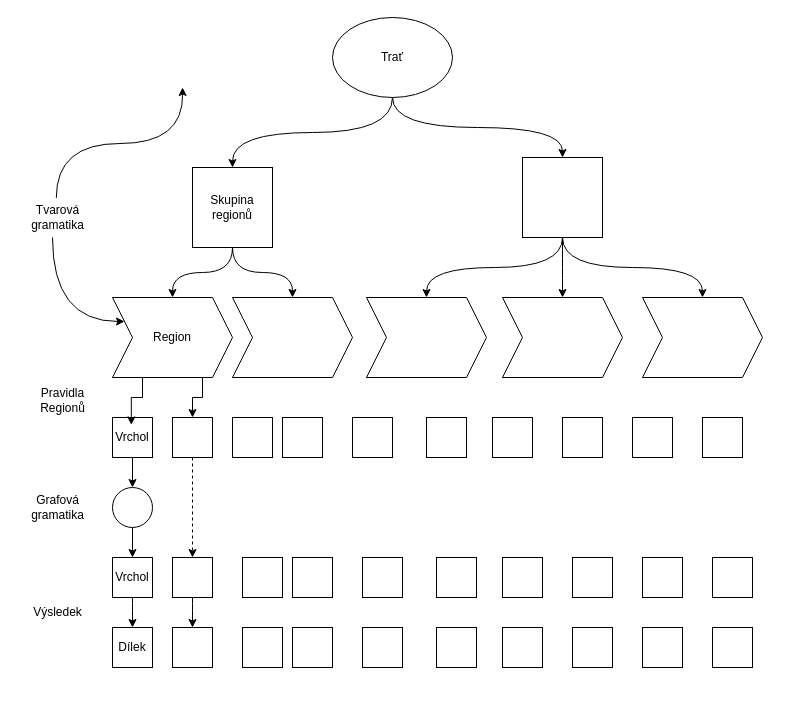
Simon-Sak/drawio-diagram-thesis keeps this draw.io diagram as ProjectOverview.drawio. Above is the earlier version. Source tidied: cells renumbered, new cells numbered last; positions are measured from the earlier drawing's top-left corner, leaving out a move shared by most shapes. Both pictures are drawn from the tidied source at 100%, with x=0, y=0 at pixel (17, 17).
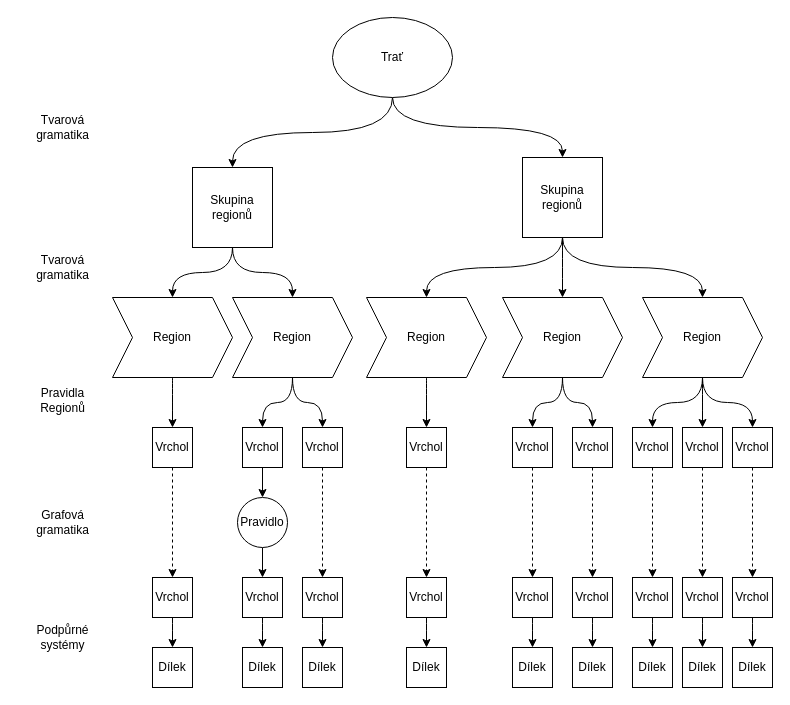
After the change.

Unchanged cells that the change refers to:
```xml
<mxCell id="14" value="Region" style="shape=step;perimeter=stepPerimeter;whiteSpace=wrap;html=1;fixedSize=1;" parent="1" vertex="1">
  <mxGeometry x="95" y="280" width="120" height="80" as="geometry" />
</mxCell>
```

What changed in the source:
```diff
@@
-    <mxCell id="11" style="whiteSpace=wrap;html=1;" parent="1" vertex="1">
+    <mxCell id="11" value="Skupina regionů" style="whiteSpace=wrap;html=1;" parent="1" vertex="1">
       <mxGeometry x="505" y="140" width="80" height="80" as="geometry" />
     </mxCell>
-    <mxCell id="12" style="edgeStyle=orthogonalEdgeStyle;rounded=0;jettySize=auto;html=1;exitX=0.75;exitY=1;exitDx=0;exitDy=0;entryX=0.5;entryY=0;entryDx=0;entryDy=0;" parent="1" edge="1" source="14" target="22">
-      <mxGeometry relative="1" as="geometry" />
-    </mxCell>
-    <mxCell id="13" style="edgeStyle=orthogonalEdgeStyle;curved=1;rounded=0;jettySize=auto;html=1;entryX=0;entryY=0.25;entryDx=0;entryDy=0;" parent="1" edge="1" source="48" target="14">
-      <mxGeometry relative="1" as="geometry">
-        <Array as="points">
-          <mxPoint x="35" y="304" />
-        </Array>
-      </mxGeometry>
-    </mxCell>
+    <mxCell id="61" style="edgeStyle=orthogonalEdgeStyle;curved=1;rounded=0;jettySize=auto;html=1;exitX=0.5;exitY=1;exitDx=0;exitDy=0;entryX=0.5;entryY=0;entryDx=0;entryDy=0;" parent="1" edge="1" source="14" target="71">
+      <mxGeometry relative="1" as="geometry" />
+    </mxCell>
@@
+    <mxCell id="62" style="edgeStyle=orthogonalEdgeStyle;curved=1;rounded=0;jettySize=auto;html=1;exitX=0.5;exitY=1;exitDx=0;exitDy=0;" parent="1" edge="1" source="15" target="20">
+      <mxGeometry relative="1" as="geometry" />
+    </mxCell>
+    <mxCell id="63" style="edgeStyle=orthogonalEdgeStyle;curved=1;rounded=0;jettySize=auto;html=1;exitX=0.5;exitY=1;exitDx=0;exitDy=0;" parent="1" edge="1" source="15" target="22">
+      <mxGeometry relative="1" as="geometry" />
+    </mxCell>
-    <mxCell id="15" style="shape=step;perimeter=stepPerimeter;whiteSpace=wrap;html=1;fixedSize=1;" parent="1" vertex="1">
+    <mxCell id="15" value="Region" style="shape=step;perimeter=stepPerimeter;whiteSpace=wrap;html=1;fixedSize=1;" parent="1" vertex="1">
       <mxGeometry x="215" y="280" width="120" height="80" as="geometry" />
     </mxCell>
+    <mxCell id="64" style="edgeStyle=orthogonalEdgeStyle;curved=1;rounded=0;jettySize=auto;html=1;exitX=0.5;exitY=1;exitDx=0;exitDy=0;" parent="1" edge="1" source="16" target="76">
+      <mxGeometry relative="1" as="geometry" />
+    </mxCell>
-    <mxCell id="16" style="shape=step;perimeter=stepPerimeter;whiteSpace=wrap;html=1;fixedSize=1;" parent="1" vertex="1">
+    <mxCell id="16" value="Region" style="shape=step;perimeter=stepPerimeter;whiteSpace=wrap;html=1;fixedSize=1;" parent="1" vertex="1">
       <mxGeometry x="349" y="280" width="120" height="80" as="geometry" />
     </mxCell>
+    <mxCell id="65" style="edgeStyle=orthogonalEdgeStyle;curved=1;rounded=0;jettySize=auto;html=1;exitX=0.5;exitY=1;exitDx=0;exitDy=0;entryX=0.5;entryY=0;entryDx=0;entryDy=0;" parent="1" edge="1" source="17" target="86">
+      <mxGeometry relative="1" as="geometry" />
+    </mxCell>
+    <mxCell id="66" style="edgeStyle=orthogonalEdgeStyle;curved=1;rounded=0;jettySize=auto;html=1;exitX=0.5;exitY=1;exitDx=0;exitDy=0;" parent="1" edge="1" source="17" target="81">
+      <mxGeometry relative="1" as="geometry" />
+    </mxCell>
-    <mxCell id="17" style="shape=step;perimeter=stepPerimeter;whiteSpace=wrap;html=1;fixedSize=1;" parent="1" vertex="1">
+    <mxCell id="17" value="Region" style="shape=step;perimeter=stepPerimeter;whiteSpace=wrap;html=1;fixedSize=1;" parent="1" vertex="1">
       <mxGeometry x="485" y="280" width="120" height="80" as="geometry" />
     </mxCell>
+    <mxCell id="67" style="edgeStyle=orthogonalEdgeStyle;curved=1;rounded=0;jettySize=auto;html=1;exitX=0.5;exitY=1;exitDx=0;exitDy=0;entryX=0.5;entryY=0;entryDx=0;entryDy=0;" parent="1" edge="1" source="18" target="91">
+      <mxGeometry relative="1" as="geometry" />
+    </mxCell>
+    <mxCell id="68" style="edgeStyle=orthogonalEdgeStyle;curved=1;rounded=0;jettySize=auto;html=1;exitX=0.5;exitY=1;exitDx=0;exitDy=0;" parent="1" edge="1" source="18" target="96">
+      <mxGeometry relative="1" as="geometry" />
+    </mxCell>
+    <mxCell id="69" style="edgeStyle=orthogonalEdgeStyle;curved=1;rounded=0;jettySize=auto;html=1;exitX=0.5;exitY=1;exitDx=0;exitDy=0;" parent="1" edge="1" source="18" target="101">
+      <mxGeometry relative="1" as="geometry" />
+    </mxCell>
-    <mxCell id="18" style="shape=step;perimeter=stepPerimeter;whiteSpace=wrap;html=1;fixedSize=1;" parent="1" vertex="1">
+    <mxCell id="18" value="Region" style="shape=step;perimeter=stepPerimeter;whiteSpace=wrap;html=1;fixedSize=1;" parent="1" vertex="1">
       <mxGeometry x="625" y="280" width="120" height="80" as="geometry" />
     </mxCell>
@@
     <mxCell id="20" value="Vrchol" style="whiteSpace=wrap;html=1;" parent="1" vertex="1">
-      <mxGeometry x="95" y="400" width="40" height="40" as="geometry" />
+      <mxGeometry x="225" y="410" width="40" height="40" as="geometry" />
     </mxCell>
@@
-    <mxCell id="22" style="whiteSpace=wrap;html=1;" parent="1" vertex="1">
-      <mxGeometry x="155" y="400" width="40" height="40" as="geometry" />
+    <mxCell id="22" value="Vrchol" style="whiteSpace=wrap;html=1;" parent="1" vertex="1">
+      <mxGeometry x="285" y="410" width="40" height="40" as="geometry" />
     </mxCell>
-    <mxCell id="23" style="whiteSpace=wrap;html=1;" parent="1" vertex="1">
-      <mxGeometry x="215" y="400" width="40" height="40" as="geometry" />
-    </mxCell>
-    <mxCell id="24" style="whiteSpace=wrap;html=1;" parent="1" vertex="1">
-      <mxGeometry x="265" y="400" width="40" height="40" as="geometry" />
-    </mxCell>
-    <mxCell id="25" style="whiteSpace=wrap;html=1;" parent="1" vertex="1">
-      <mxGeometry x="335" y="400" width="40" height="40" as="geometry" />
-    </mxCell>
-    <mxCell id="26" style="whiteSpace=wrap;html=1;" parent="1" vertex="1">
-      <mxGeometry x="409" y="400" width="40" height="40" as="geometry" />
-    </mxCell>
-    <mxCell id="27" style="whiteSpace=wrap;html=1;" parent="1" vertex="1">
-      <mxGeometry x="475" y="400" width="40" height="40" as="geometry" />
-    </mxCell>
-    <mxCell id="28" style="whiteSpace=wrap;html=1;" parent="1" vertex="1">
-      <mxGeometry x="545" y="400" width="40" height="40" as="geometry" />
-    </mxCell>
-    <mxCell id="29" style="whiteSpace=wrap;html=1;" parent="1" vertex="1">
-      <mxGeometry x="615" y="400" width="40" height="40" as="geometry" />
-    </mxCell>
-    <mxCell id="30" style="whiteSpace=wrap;html=1;" parent="1" vertex="1">
-      <mxGeometry x="685" y="400" width="40" height="40" as="geometry" />
-    </mxCell>
-    <mxCell id="31" style="edgeStyle=orthogonalEdgeStyle;rounded=0;jettySize=auto;html=1;exitX=0.25;exitY=1;exitDx=0;exitDy=0;entryX=0.47;entryY=0.185;entryDx=0;entryDy=0;entryPerimeter=0;" parent="1" edge="1" source="14" target="20">
-      <mxGeometry relative="1" as="geometry" />
-    </mxCell>
@@
     <mxCell id="33" value="Vrchol" style="whiteSpace=wrap;html=1;" parent="1" vertex="1">
-      <mxGeometry x="95" y="540" width="40" height="40" as="geometry" />
+      <mxGeometry x="225" y="560" width="40" height="40" as="geometry" />
     </mxCell>
@@
-    <mxCell id="35" style="whiteSpace=wrap;html=1;" parent="1" vertex="1">
-      <mxGeometry x="155" y="540" width="40" height="40" as="geometry" />
+    <mxCell id="35" value="Vrchol" style="whiteSpace=wrap;html=1;" parent="1" vertex="1">
+      <mxGeometry x="285" y="560" width="40" height="40" as="geometry" />
     </mxCell>
@@
-    <mxCell id="37" style="ellipse;whiteSpace=wrap;html=1;" parent="1" vertex="1">
-      <mxGeometry x="95" y="470" width="40" height="40" as="geometry" />
+    <mxCell id="37" value="Pravidlo" style="ellipse;whiteSpace=wrap;html=1;" parent="1" vertex="1">
+      <mxGeometry x="220" y="480" width="50" height="50" as="geometry" />
     </mxCell>
-    <mxCell id="38" style="whiteSpace=wrap;html=1;" parent="1" vertex="1">
-      <mxGeometry x="225" y="540" width="40" height="40" as="geometry" />
-    </mxCell>
-    <mxCell id="39" style="whiteSpace=wrap;html=1;" parent="1" vertex="1">
-      <mxGeometry x="275" y="540" width="40" height="40" as="geometry" />
-    </mxCell>
-    <mxCell id="40" style="whiteSpace=wrap;html=1;" parent="1" vertex="1">
-      <mxGeometry x="345" y="540" width="40" height="40" as="geometry" />
-    </mxCell>
-    <mxCell id="41" style="whiteSpace=wrap;html=1;" parent="1" vertex="1">
-      <mxGeometry x="419" y="540" width="40" height="40" as="geometry" />
-    </mxCell>
-    <mxCell id="42" style="whiteSpace=wrap;html=1;" parent="1" vertex="1">
-      <mxGeometry x="485" y="540" width="40" height="40" as="geometry" />
-    </mxCell>
-    <mxCell id="43" style="whiteSpace=wrap;html=1;" parent="1" vertex="1">
-      <mxGeometry x="555" y="540" width="40" height="40" as="geometry" />
-    </mxCell>
-    <mxCell id="44" style="whiteSpace=wrap;html=1;" parent="1" vertex="1">
-      <mxGeometry x="625" y="540" width="40" height="40" as="geometry" />
-    </mxCell>
-    <mxCell id="45" style="whiteSpace=wrap;html=1;" parent="1" vertex="1">
-      <mxGeometry x="695" y="540" width="40" height="40" as="geometry" />
-    </mxCell>
     <mxCell id="46" value="Grafová&lt;div&gt;gramatika&lt;/div&gt;" style="text;html=1;align=center;verticalAlign=middle;strokeColor=none;fillColor=none;" parent="1" vertex="1">
-      <mxGeometry y="470" width="80" height="40" as="geometry" />
+      <mxGeometry x="5" y="485" width="80" height="40" as="geometry" />
     </mxCell>
@@
     <mxCell id="48" value="Tvarová&lt;div&gt;gramatika&lt;/div&gt;" style="text;html=1;align=center;verticalAlign=middle;points=[];strokeColor=none;fillColor=none;" parent="1" vertex="1">
-      <mxGeometry y="180" width="80" height="40" as="geometry" />
+      <mxGeometry x="5" y="230" width="80" height="40" as="geometry" />
     </mxCell>
-    <mxCell id="49" style="edgeStyle=orthogonalEdgeStyle;curved=1;rounded=0;jettySize=auto;html=1;exitX=0.485;exitY=0.01;exitDx=0;exitDy=0;exitPerimeter=0;" parent="1" edge="1" source="48">
-      <mxGeometry relative="1" as="geometry">
-        <mxPoint x="165" y="70" as="targetPoint" />
-        <Array as="points">
-          <mxPoint x="39" y="126" />
-          <mxPoint x="166" y="126" />
-        </Array>
-      </mxGeometry>
-    </mxCell>
     <mxCell id="50" value="Dílek" style="whiteSpace=wrap;html=1;" parent="1" vertex="1">
-      <mxGeometry x="95" y="610" width="40" height="40" as="geometry" />
+      <mxGeometry x="225" y="630" width="40" height="40" as="geometry" />
     </mxCell>
-    <mxCell id="51" style="whiteSpace=wrap;html=1;" parent="1" vertex="1">
-      <mxGeometry x="155" y="610" width="40" height="40" as="geometry" />
+    <mxCell id="51" value="Dílek" style="whiteSpace=wrap;html=1;" parent="1" vertex="1">
+      <mxGeometry x="285" y="630" width="40" height="40" as="geometry" />
     </mxCell>
-    <mxCell id="52" style="whiteSpace=wrap;html=1;" parent="1" vertex="1">
-      <mxGeometry x="225" y="610" width="40" height="40" as="geometry" />
-    </mxCell>
-    <mxCell id="53" style="whiteSpace=wrap;html=1;" parent="1" vertex="1">
-      <mxGeometry x="275" y="610" width="40" height="40" as="geometry" />
-    </mxCell>
-    <mxCell id="54" style="whiteSpace=wrap;html=1;" parent="1" vertex="1">
-      <mxGeometry x="345" y="610" width="40" height="40" as="geometry" />
-    </mxCell>
-    <mxCell id="55" style="whiteSpace=wrap;html=1;" parent="1" vertex="1">
-      <mxGeometry x="419" y="610" width="40" height="40" as="geometry" />
-    </mxCell>
-    <mxCell id="56" style="whiteSpace=wrap;html=1;" parent="1" vertex="1">
-      <mxGeometry x="485" y="610" width="40" height="40" as="geometry" />
-    </mxCell>
-    <mxCell id="57" style="whiteSpace=wrap;html=1;" parent="1" vertex="1">
-      <mxGeometry x="555" y="610" width="40" height="40" as="geometry" />
-    </mxCell>
-    <mxCell id="58" style="whiteSpace=wrap;html=1;" parent="1" vertex="1">
-      <mxGeometry x="625" y="610" width="40" height="40" as="geometry" />
-    </mxCell>
-    <mxCell id="59" style="whiteSpace=wrap;html=1;" parent="1" vertex="1">
-      <mxGeometry x="695" y="610" width="40" height="40" as="geometry" />
-    </mxCell>
-    <mxCell id="60" value="Výsledek" style="text;html=1;align=center;verticalAlign=middle;strokeColor=none;fillColor=none;" parent="1" vertex="1">
-      <mxGeometry x="5" y="580" width="70" height="30" as="geometry" />
+    <mxCell id="60" value="Podpůrné&lt;div&gt;systémy&lt;/div&gt;" style="text;html=1;align=center;verticalAlign=middle;strokeColor=none;fillColor=none;" parent="1" vertex="1">
+      <mxGeometry x="5" y="600" width="80" height="40" as="geometry" />
     </mxCell>
+    <mxCell id="70" style="edgeStyle=orthogonalEdgeStyle;rounded=0;jettySize=auto;html=1;exitX=0.5;exitY=1;exitDx=0;exitDy=0;entryX=0.5;entryY=0;entryDx=0;entryDy=0;strokeColor=default;dashed=1;" parent="1" edge="1" source="71" target="73">
+      <mxGeometry relative="1" as="geometry" />
+    </mxCell>
+    <mxCell id="71" value="Vrchol" style="whiteSpace=wrap;html=1;" parent="1" vertex="1">
+      <mxGeometry x="135" y="410" width="40" height="40" as="geometry" />
+    </mxCell>
+    <mxCell id="72" style="edgeStyle=orthogonalEdgeStyle;curved=1;rounded=0;jettySize=auto;html=1;exitX=0.5;exitY=1;exitDx=0;exitDy=0;entryX=0.5;entryY=0;entryDx=0;entryDy=0;" parent="1" edge="1" source="73" target="74">
+      <mxGeometry relative="1" as="geometry" />
+    </mxCell>
+    <mxCell id="73" value="Vrchol" style="whiteSpace=wrap;html=1;" parent="1" vertex="1">
+      <mxGeometry x="135" y="560" width="40" height="40" as="geometry" />
+    </mxCell>
+    <mxCell id="74" value="Dílek" style="whiteSpace=wrap;html=1;" parent="1" vertex="1">
+      <mxGeometry x="135" y="630" width="40" height="40" as="geometry" />
+    </mxCell>
+    <mxCell id="75" style="edgeStyle=orthogonalEdgeStyle;rounded=0;jettySize=auto;html=1;exitX=0.5;exitY=1;exitDx=0;exitDy=0;entryX=0.5;entryY=0;entryDx=0;entryDy=0;strokeColor=default;dashed=1;" parent="1" edge="1" source="76" target="78">
+      <mxGeometry relative="1" as="geometry" />
+    </mxCell>
+    <mxCell id="76" value="Vrchol" style="whiteSpace=wrap;html=1;" parent="1" vertex="1">
+      <mxGeometry x="389" y="410" width="40" height="40" as="geometry" />
+    </mxCell>
+    <mxCell id="77" style="edgeStyle=orthogonalEdgeStyle;curved=1;rounded=0;jettySize=auto;html=1;exitX=0.5;exitY=1;exitDx=0;exitDy=0;entryX=0.5;entryY=0;entryDx=0;entryDy=0;" parent="1" edge="1" source="78" target="79">
+      <mxGeometry relative="1" as="geometry" />
+    </mxCell>
+    <mxCell id="78" value="Vrchol" style="whiteSpace=wrap;html=1;" parent="1" vertex="1">
+      <mxGeometry x="389" y="560" width="40" height="40" as="geometry" />
+    </mxCell>
+    <mxCell id="79" value="Dílek" style="whiteSpace=wrap;html=1;" parent="1" vertex="1">
+      <mxGeometry x="389" y="630" width="40" height="40" as="geometry" />
+    </mxCell>
+    <mxCell id="80" style="edgeStyle=orthogonalEdgeStyle;rounded=0;jettySize=auto;html=1;exitX=0.5;exitY=1;exitDx=0;exitDy=0;entryX=0.5;entryY=0;entryDx=0;entryDy=0;strokeColor=default;dashed=1;" parent="1" edge="1" source="81" target="83">
+      <mxGeometry relative="1" as="geometry" />
+    </mxCell>
+    <mxCell id="81" value="Vrchol" style="whiteSpace=wrap;html=1;" parent="1" vertex="1">
+      <mxGeometry x="495" y="410" width="40" height="40" as="geometry" />
+    </mxCell>
+    <mxCell id="82" style="edgeStyle=orthogonalEdgeStyle;curved=1;rounded=0;jettySize=auto;html=1;exitX=0.5;exitY=1;exitDx=0;exitDy=0;entryX=0.5;entryY=0;entryDx=0;entryDy=0;" parent="1" edge="1" source="83" target="84">
+      <mxGeometry relative="1" as="geometry" />
+    </mxCell>
+    <mxCell id="83" value="Vrchol" style="whiteSpace=wrap;html=1;" parent="1" vertex="1">
+      <mxGeometry x="495" y="560" width="40" height="40" as="geometry" />
+    </mxCell>
+    <mxCell id="84" value="Dílek" style="whiteSpace=wrap;html=1;" parent="1" vertex="1">
+      <mxGeometry x="495" y="630" width="40" height="40" as="geometry" />
+    </mxCell>
+    <mxCell id="85" style="edgeStyle=orthogonalEdgeStyle;rounded=0;jettySize=auto;html=1;exitX=0.5;exitY=1;exitDx=0;exitDy=0;entryX=0.5;entryY=0;entryDx=0;entryDy=0;strokeColor=default;dashed=1;" parent="1" edge="1" source="86" target="88">
+      <mxGeometry relative="1" as="geometry" />
+    </mxCell>
+    <mxCell id="86" value="Vrchol" style="whiteSpace=wrap;html=1;" parent="1" vertex="1">
+      <mxGeometry x="555" y="410" width="40" height="40" as="geometry" />
+    </mxCell>
+    <mxCell id="87" style="edgeStyle=orthogonalEdgeStyle;curved=1;rounded=0;jettySize=auto;html=1;exitX=0.5;exitY=1;exitDx=0;exitDy=0;entryX=0.5;entryY=0;entryDx=0;entryDy=0;" parent="1" edge="1" source="88" target="89">
+      <mxGeometry relative="1" as="geometry" />
+    </mxCell>
+    <mxCell id="88" value="Vrchol" style="whiteSpace=wrap;html=1;" parent="1" vertex="1">
+      <mxGeometry x="555" y="560" width="40" height="40" as="geometry" />
+    </mxCell>
+    <mxCell id="89" value="Dílek" style="whiteSpace=wrap;html=1;" parent="1" vertex="1">
+      <mxGeometry x="555" y="630" width="40" height="40" as="geometry" />
+    </mxCell>
+    <mxCell id="90" style="edgeStyle=orthogonalEdgeStyle;rounded=0;jettySize=auto;html=1;exitX=0.5;exitY=1;exitDx=0;exitDy=0;entryX=0.5;entryY=0;entryDx=0;entryDy=0;strokeColor=default;dashed=1;" parent="1" edge="1" source="91" target="93">
+      <mxGeometry relative="1" as="geometry" />
+    </mxCell>
+    <mxCell id="91" value="Vrchol" style="whiteSpace=wrap;html=1;" parent="1" vertex="1">
+      <mxGeometry x="615" y="410" width="40" height="40" as="geometry" />
+    </mxCell>
+    <mxCell id="92" style="edgeStyle=orthogonalEdgeStyle;curved=1;rounded=0;jettySize=auto;html=1;exitX=0.5;exitY=1;exitDx=0;exitDy=0;entryX=0.5;entryY=0;entryDx=0;entryDy=0;" parent="1" edge="1" source="93" target="94">
+      <mxGeometry relative="1" as="geometry" />
+    </mxCell>
+    <mxCell id="93" value="Vrchol" style="whiteSpace=wrap;html=1;" parent="1" vertex="1">
+      <mxGeometry x="615" y="560" width="40" height="40" as="geometry" />
+    </mxCell>
+    <mxCell id="94" value="Dílek" style="whiteSpace=wrap;html=1;" parent="1" vertex="1">
+      <mxGeometry x="615" y="630" width="40" height="40" as="geometry" />
+    </mxCell>
+    <mxCell id="95" style="edgeStyle=orthogonalEdgeStyle;rounded=0;jettySize=auto;html=1;exitX=0.5;exitY=1;exitDx=0;exitDy=0;entryX=0.5;entryY=0;entryDx=0;entryDy=0;strokeColor=default;dashed=1;" parent="1" edge="1" source="96" target="98">
+      <mxGeometry relative="1" as="geometry" />
+    </mxCell>
+    <mxCell id="96" value="Vrchol" style="whiteSpace=wrap;html=1;" parent="1" vertex="1">
+      <mxGeometry x="665" y="410" width="40" height="40" as="geometry" />
+    </mxCell>
+    <mxCell id="97" style="edgeStyle=orthogonalEdgeStyle;curved=1;rounded=0;jettySize=auto;html=1;exitX=0.5;exitY=1;exitDx=0;exitDy=0;entryX=0.5;entryY=0;entryDx=0;entryDy=0;" parent="1" edge="1" source="98" target="99">
+      <mxGeometry relative="1" as="geometry" />
+    </mxCell>
+    <mxCell id="98" value="Vrchol" style="whiteSpace=wrap;html=1;" parent="1" vertex="1">
+      <mxGeometry x="665" y="560" width="40" height="40" as="geometry" />
+    </mxCell>
+    <mxCell id="99" value="Dílek" style="whiteSpace=wrap;html=1;" parent="1" vertex="1">
+      <mxGeometry x="665" y="630" width="40" height="40" as="geometry" />
+    </mxCell>
+    <mxCell id="100" style="edgeStyle=orthogonalEdgeStyle;rounded=0;jettySize=auto;html=1;exitX=0.5;exitY=1;exitDx=0;exitDy=0;entryX=0.5;entryY=0;entryDx=0;entryDy=0;strokeColor=default;dashed=1;" parent="1" edge="1" source="101" target="103">
+      <mxGeometry relative="1" as="geometry" />
+    </mxCell>
+    <mxCell id="101" value="Vrchol" style="whiteSpace=wrap;html=1;" parent="1" vertex="1">
+      <mxGeometry x="715" y="410" width="40" height="40" as="geometry" />
+    </mxCell>
+    <mxCell id="102" style="edgeStyle=orthogonalEdgeStyle;curved=1;rounded=0;jettySize=auto;html=1;exitX=0.5;exitY=1;exitDx=0;exitDy=0;entryX=0.5;entryY=0;entryDx=0;entryDy=0;" parent="1" edge="1" source="103" target="104">
+      <mxGeometry relative="1" as="geometry" />
+    </mxCell>
+    <mxCell id="103" value="Vrchol" style="whiteSpace=wrap;html=1;" parent="1" vertex="1">
+      <mxGeometry x="715" y="560" width="40" height="40" as="geometry" />
+    </mxCell>
+    <mxCell id="104" value="Dílek" style="whiteSpace=wrap;html=1;" parent="1" vertex="1">
+      <mxGeometry x="715" y="630" width="40" height="40" as="geometry" />
+    </mxCell>
+    <mxCell id="105" value="Tvarová&lt;div&gt;gramatika&lt;/div&gt;" style="text;html=1;align=center;verticalAlign=middle;strokeColor=none;fillColor=none;" parent="1" vertex="1">
+      <mxGeometry x="5" y="90" width="80" height="40" as="geometry" />
+    </mxCell>
```
